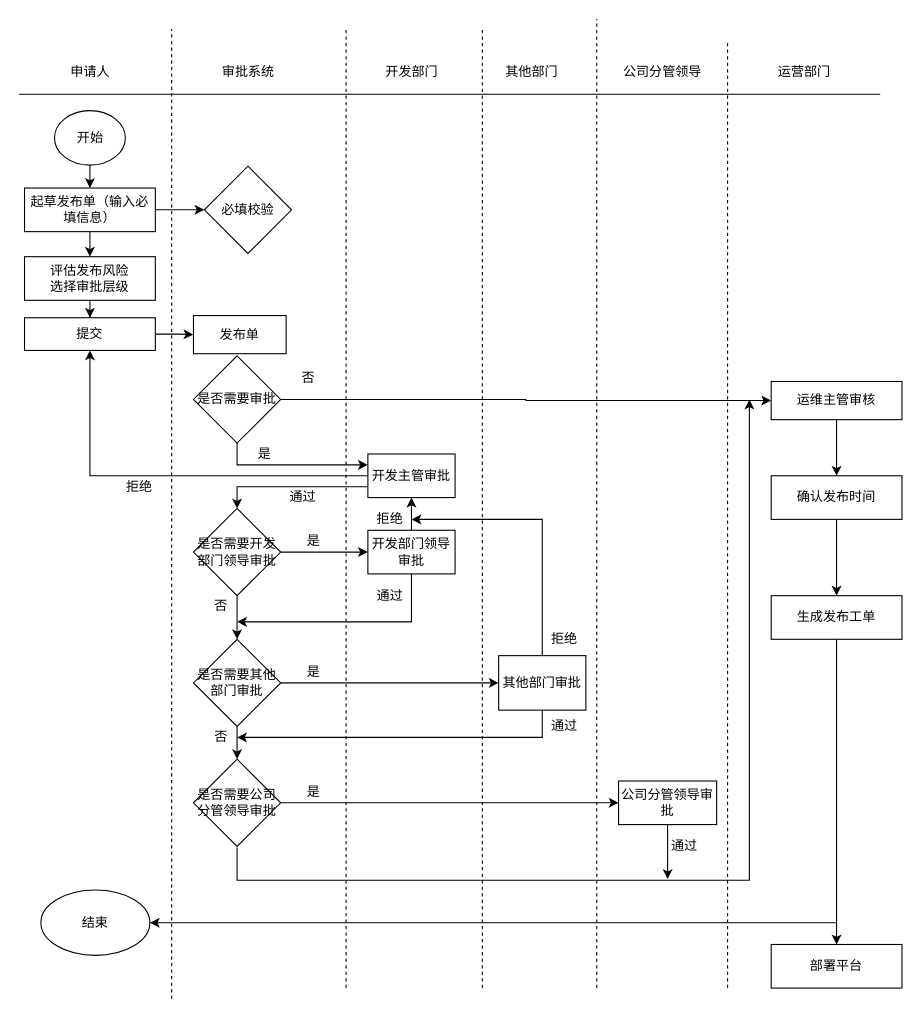
This is src/com/cupd/sharon/Untitled.drawio from sharonwq/sharon_test, a draw.io file, before an edit. Source tidied: cells renumbered, new cells numbered last; positions are measured from the earlier drawing's top-left corner, leaving out a move shared by most shapes. Both pictures are drawn from the tidied source at 109%, with x=0, y=0 at pixel (19, 19).
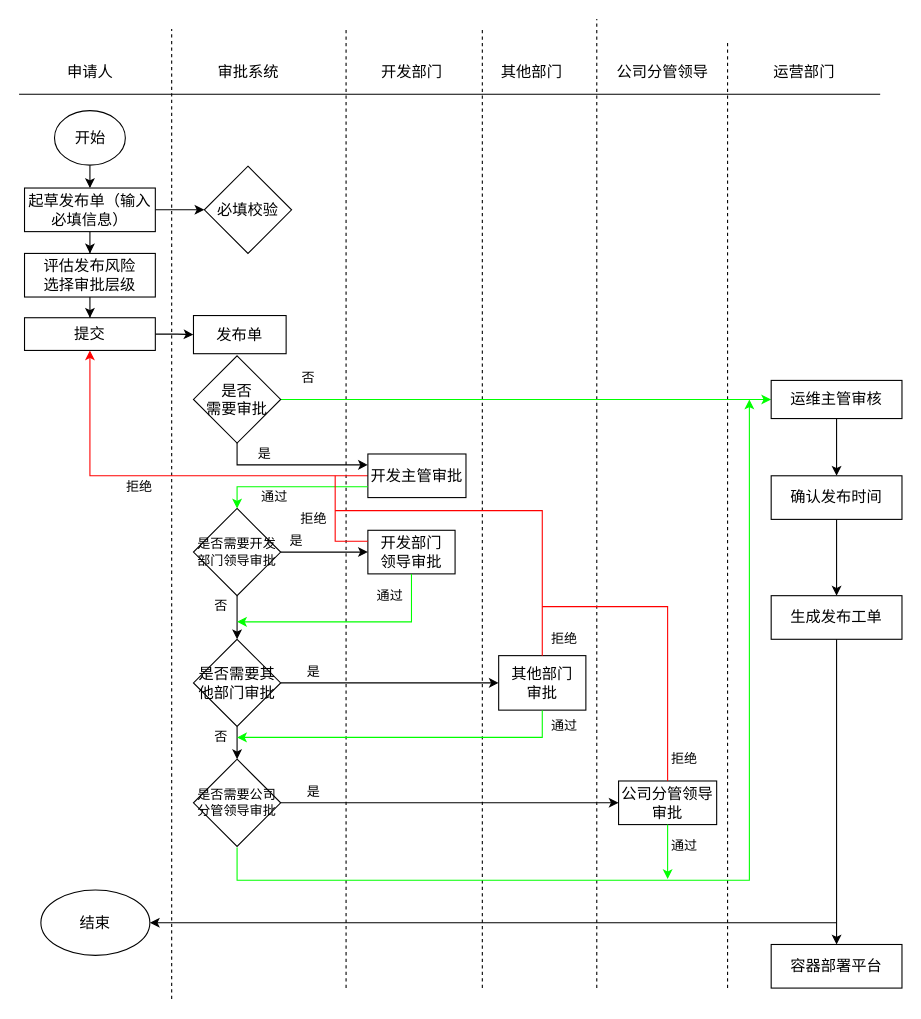
The same page after the edit.

Unchanged cells that the change refers to:
```xml
<mxCell id="30" value="是否需要开发部门领导审批" style="rhombus;whiteSpace=wrap;html=1;" parent="1" vertex="1">
  <mxGeometry x="160" y="449" width="80" height="80" as="geometry" />
</mxCell>
<mxCell id="53" value="否" style="text;html=1;align=center;verticalAlign=middle;points=[];strokeColor=none;fillColor=none;" parent="1" vertex="1">
  <mxGeometry x="170" y="649" width="30" height="20" as="geometry" />
</mxCell>
```

The edit, as a diff of the source:
```diff
@@
-    <mxCell id="8" value="申请人" style="text;html=1;align=center;verticalAlign=middle;strokeColor=none;fillColor=none;" parent="1" vertex="1">
-      <mxGeometry x="40" y="39" width="50" height="20" as="geometry" />
+    <mxCell id="8" value="&lt;font style=&quot;font-size: 14px&quot;&gt;申请人&lt;/font&gt;" style="text;html=1;align=center;verticalAlign=middle;strokeColor=none;fillColor=none;" parent="1" vertex="1">
+      <mxGeometry x="35" y="39" width="60" height="20" as="geometry" />
     </mxCell>
-    <mxCell id="9" value="审批系统" style="text;html=1;align=center;verticalAlign=middle;strokeColor=none;fillColor=none;" parent="1" vertex="1">
-      <mxGeometry x="180" y="39" width="60" height="20" as="geometry" />
+    <mxCell id="9" value="&lt;font style=&quot;font-size: 14px&quot;&gt;审批系统&lt;/font&gt;" style="text;html=1;align=center;verticalAlign=middle;strokeColor=none;fillColor=none;" parent="1" vertex="1">
+      <mxGeometry x="175" y="39" width="70" height="20" as="geometry" />
     </mxCell>
-    <mxCell id="10" value="开发部门" style="text;html=1;align=center;verticalAlign=middle;strokeColor=none;fillColor=none;" parent="1" vertex="1">
-      <mxGeometry x="330" y="39" width="60" height="20" as="geometry" />
+    <mxCell id="10" value="&lt;font style=&quot;font-size: 14px&quot;&gt;开发部门&lt;/font&gt;" style="text;html=1;align=center;verticalAlign=middle;strokeColor=none;fillColor=none;" parent="1" vertex="1">
+      <mxGeometry x="325" y="39" width="70" height="20" as="geometry" />
     </mxCell>
-    <mxCell id="11" value="其他部门" style="text;html=1;align=center;verticalAlign=middle;strokeColor=none;fillColor=none;" parent="1" vertex="1">
-      <mxGeometry x="440" y="39" width="60" height="20" as="geometry" />
+    <mxCell id="11" value="&lt;font style=&quot;font-size: 14px&quot;&gt;其他部门&lt;/font&gt;" style="text;html=1;align=center;verticalAlign=middle;strokeColor=none;fillColor=none;" parent="1" vertex="1">
+      <mxGeometry x="435" y="39" width="70" height="20" as="geometry" />
     </mxCell>
-    <mxCell id="12" value="公司分管领导" style="text;html=1;align=center;verticalAlign=middle;strokeColor=none;fillColor=none;" parent="1" vertex="1">
-      <mxGeometry x="545" y="39" width="90" height="20" as="geometry" />
+    <mxCell id="12" value="&lt;font style=&quot;font-size: 14px&quot;&gt;公司分管领导&lt;/font&gt;" style="text;html=1;align=center;verticalAlign=middle;strokeColor=none;fillColor=none;" parent="1" vertex="1">
+      <mxGeometry x="540" y="39" width="100" height="20" as="geometry" />
     </mxCell>
-    <mxCell id="13" value="运营部门" style="text;html=1;align=center;verticalAlign=middle;strokeColor=none;fillColor=none;" parent="1" vertex="1">
-      <mxGeometry x="690" y="39" width="60" height="20" as="geometry" />
+    <mxCell id="13" value="&lt;font style=&quot;font-size: 14px&quot;&gt;运营部门&lt;/font&gt;" style="text;html=1;align=center;verticalAlign=middle;strokeColor=none;fillColor=none;" parent="1" vertex="1">
+      <mxGeometry x="685" y="39" width="70" height="20" as="geometry" />
     </mxCell>
@@
-    <mxCell id="15" value="开始" style="ellipse;whiteSpace=wrap;html=1;" parent="1" vertex="1">
+    <mxCell id="15" value="&lt;font style=&quot;font-size: 14px&quot;&gt;开始&lt;/font&gt;" style="ellipse;whiteSpace=wrap;html=1;" parent="1" vertex="1">
       <mxGeometry x="32.5" y="84" width="65" height="50" as="geometry" />
     </mxCell>
@@
-    <mxCell id="18" value="起草发布单（输入必填信息）" style="whiteSpace=wrap;html=1;" parent="1" vertex="1">
+    <mxCell id="18" value="&lt;font style=&quot;font-size: 14px&quot;&gt;起草发布单（输入必填信息）&lt;/font&gt;" style="whiteSpace=wrap;html=1;" parent="1" vertex="1">
       <mxGeometry x="5" y="155" width="120" height="40" as="geometry" />
     </mxCell>
-    <mxCell id="19" value="必填校验" style="rhombus;whiteSpace=wrap;html=1;" parent="1" vertex="1">
+    <mxCell id="19" value="&lt;font style=&quot;font-size: 14px&quot;&gt;必填校验&lt;/font&gt;" style="rhombus;whiteSpace=wrap;html=1;" parent="1" vertex="1">
       <mxGeometry x="170" y="135" width="80" height="80" as="geometry" />
     </mxCell>
@@
-    <mxCell id="21" value="&lt;div&gt;评估发布风险&lt;/div&gt;&lt;div&gt;选择审批层级&lt;/div&gt;" style="whiteSpace=wrap;html=1;" parent="1" vertex="1">
-      <mxGeometry x="5" y="218" width="120" height="40" as="geometry" />
+    <mxCell id="21" value="&lt;div&gt;&lt;font style=&quot;font-size: 14px&quot;&gt;评估发布风险&lt;/font&gt;&lt;/div&gt;&lt;div&gt;&lt;font style=&quot;font-size: 14px&quot;&gt;选择审批层级&lt;/font&gt;&lt;/div&gt;" style="whiteSpace=wrap;html=1;" parent="1" vertex="1">
+      <mxGeometry x="5" y="215" width="120" height="40" as="geometry" />
     </mxCell>
@@
-    <mxCell id="23" value="提交" style="whiteSpace=wrap;html=1;" parent="1" vertex="1">
+    <mxCell id="23" value="&lt;font style=&quot;font-size: 14px&quot;&gt;提交&lt;/font&gt;" style="whiteSpace=wrap;html=1;" parent="1" vertex="1">
       <mxGeometry x="5" y="274" width="120" height="30" as="geometry" />
     </mxCell>
-    <mxCell id="24" style="edgeStyle=orthogonalEdgeStyle;rounded=0;jettySize=auto;html=1;" parent="1" edge="1" source="25" target="27">
+    <mxCell id="24" style="edgeStyle=orthogonalEdgeStyle;rounded=0;jettySize=auto;html=1;strokeColor=#00FF00;" parent="1" edge="1" source="25" target="27">
       <mxGeometry relative="1" as="geometry" />
     </mxCell>
-    <mxCell id="25" value="是否需要审批" style="rhombus;whiteSpace=wrap;html=1;" parent="1" vertex="1">
+    <mxCell id="25" value="&lt;div&gt;&lt;font style=&quot;font-size: 14px&quot;&gt;是否&lt;/font&gt;&lt;/div&gt;&lt;div&gt;&lt;font style=&quot;font-size: 14px&quot;&gt;需要审批&lt;/font&gt;&lt;/div&gt;" style="rhombus;whiteSpace=wrap;html=1;" parent="1" vertex="1">
       <mxGeometry x="160" y="309" width="80" height="80" as="geometry" />
     </mxCell>
@@
-    <mxCell id="27" value="运维主管审核" style="whiteSpace=wrap;html=1;" parent="1" vertex="1">
-      <mxGeometry x="690" y="332.5" width="120" height="35" as="geometry" />
+    <mxCell id="27" value="&lt;font style=&quot;font-size: 14px&quot;&gt;运维主管审核&lt;/font&gt;" style="whiteSpace=wrap;html=1;" parent="1" vertex="1">
+      <mxGeometry x="690" y="331.5" width="120" height="35" as="geometry" />
     </mxCell>
@@
-    <mxCell id="33" value="是否需要其他部门审批" style="rhombus;whiteSpace=wrap;html=1;" parent="1" vertex="1">
+    <mxCell id="33" value="&lt;font style=&quot;font-size: 14px&quot;&gt;是否需要其他部门审批&lt;/font&gt;" style="rhombus;whiteSpace=wrap;html=1;" parent="1" vertex="1">
       <mxGeometry x="160" y="569" width="80" height="80" as="geometry" />
     </mxCell>
@@
-    <mxCell id="36" style="edgeStyle=orthogonalEdgeStyle;rounded=0;jettySize=auto;html=1;entryX=0.5;entryY=1;entryDx=0;entryDy=0;" parent="1" edge="1" source="37" target="23">
+    <mxCell id="36" style="edgeStyle=orthogonalEdgeStyle;rounded=0;jettySize=auto;html=1;entryX=0.5;entryY=1;entryDx=0;entryDy=0;strokeColor=#FF0000;" parent="1" edge="1" source="37" target="23">
       <mxGeometry relative="1" as="geometry" />
     </mxCell>
-    <mxCell id="37" value="开发主管审批" style="rounded=0;whiteSpace=wrap;html=1;" parent="1" vertex="1">
-      <mxGeometry x="320" y="399" width="80" height="40" as="geometry" />
+    <mxCell id="37" value="&lt;font style=&quot;font-size: 14px&quot;&gt;开发主管审批&lt;/font&gt;" style="rounded=0;whiteSpace=wrap;html=1;" parent="1" vertex="1">
+      <mxGeometry x="320" y="399" width="90" height="40" as="geometry" />
     </mxCell>
@@
-    <mxCell id="39" style="endArrow=classic;html=1;rounded=0;exitX=0;exitY=0.75;exitDx=0;exitDy=0;entryX=0.5;entryY=0;entryDx=0;entryDy=0;" parent="1" edge="1" source="37" target="30">
+    <mxCell id="39" style="endArrow=classic;html=1;rounded=0;exitX=0;exitY=0.75;exitDx=0;exitDy=0;entryX=0.5;entryY=0;entryDx=0;entryDy=0;strokeColor=#00FF00;" parent="1" edge="1" source="37" target="30">
       <mxGeometry relative="1" as="geometry">
         <Array as="points">
           <mxPoint x="200" y="429" />
         </Array>
       </mxGeometry>
     </mxCell>
@@
     <mxCell id="42" value="通过" style="text;html=1;align=center;verticalAlign=middle;strokeColor=none;fillColor=none;" parent="1" vertex="1">
-      <mxGeometry x="240" y="429" width="40" height="20" as="geometry" />
+      <mxGeometry x="214" y="429" width="40" height="20" as="geometry" />
     </mxCell>
@@
-    <mxCell id="44" style="edgeStyle=orthogonalEdgeStyle;rounded=0;jettySize=auto;html=1;" parent="1" edge="1" source="45" target="37">
-      <mxGeometry relative="1" as="geometry" />
-    </mxCell>
-    <mxCell id="45" value="开发部门领导审批" style="whiteSpace=wrap;html=1;" parent="1" vertex="1">
+    <mxCell id="45" value="&lt;div&gt;&lt;font style=&quot;font-size: 14px&quot;&gt;开发部门&lt;/font&gt;&lt;/div&gt;&lt;div&gt;&lt;font style=&quot;font-size: 14px&quot;&gt;领导审批&lt;/font&gt;&lt;/div&gt;" style="whiteSpace=wrap;html=1;" parent="1" vertex="1">
       <mxGeometry x="320" y="469" width="80" height="40" as="geometry" />
     </mxCell>
     <mxCell id="46" value="是" style="text;html=1;align=center;verticalAlign=middle;strokeColor=none;fillColor=none;" parent="1" vertex="1">
-      <mxGeometry x="255" y="469" width="30" height="20" as="geometry" />
+      <mxGeometry x="239" y="469" width="30" height="20" as="geometry" />
     </mxCell>
@@
-    <mxCell id="48" style="endArrow=classic;html=1;rounded=0;exitX=0.5;exitY=1;exitDx=0;exitDy=0;" parent="1" edge="1" source="45">
+    <mxCell id="48" style="endArrow=classic;html=1;rounded=0;exitX=0.5;exitY=1;exitDx=0;exitDy=0;strokeColor=#00FF00;" parent="1" edge="1" source="45">
       <mxGeometry relative="1" as="geometry">
         <mxPoint x="200" y="553" as="targetPoint" />
         <Array as="points">
           <mxPoint x="360" y="553" />
         </Array>
       </mxGeometry>
     </mxCell>
@@
-    <mxCell id="50" value="拒绝" style="text;html=1;align=center;verticalAlign=middle;points=[];strokeColor=none;fillColor=none;" parent="1" vertex="1">
-      <mxGeometry x="320" y="449" width="40" height="20" as="geometry" />
-    </mxCell>
-    <mxCell id="51" value="其他部门审批" style="whiteSpace=wrap;html=1;" parent="1" vertex="1">
+    <mxCell id="51" value="&lt;div&gt;&lt;font style=&quot;font-size: 14px&quot;&gt;其他部门&lt;/font&gt;&lt;/div&gt;&lt;div&gt;&lt;font style=&quot;font-size: 14px&quot;&gt;审批&lt;/font&gt;&lt;/div&gt;" style="whiteSpace=wrap;html=1;" parent="1" vertex="1">
       <mxGeometry x="440" y="584" width="80" height="50" as="geometry" />
     </mxCell>
@@
-    <mxCell id="54" style="endArrow=classic;html=1;rounded=0;exitX=0.5;exitY=1;exitDx=0;exitDy=0;" parent="1" edge="1" source="51" target="53">
+    <mxCell id="54" style="endArrow=classic;html=1;rounded=0;exitX=0.5;exitY=1;exitDx=0;exitDy=0;strokeColor=#00FF00;" parent="1" edge="1" source="51" target="53">
       <mxGeometry relative="1" as="geometry">
         <Array as="points">
           <mxPoint x="480" y="659" />
         </Array>
       </mxGeometry>
     </mxCell>
@@
-    <mxCell id="56" style="endArrow=classic;html=1;rounded=0;exitX=0.5;exitY=0;exitDx=0;exitDy=0;entryX=1;entryY=0.5;entryDx=0;entryDy=0;entryPerimeter=0;" parent="1" edge="1" source="51" target="50">
-      <mxGeometry relative="1" as="geometry">
-        <Array as="points">
-          <mxPoint x="480" y="459" />
-        </Array>
-      </mxGeometry>
-    </mxCell>
@@
-    <mxCell id="58" value="公司分管领导审批" style="whiteSpace=wrap;html=1;" parent="1" vertex="1">
+    <mxCell id="58" value="&lt;font style=&quot;font-size: 14px&quot;&gt;公司分管领导审批&lt;/font&gt;" style="whiteSpace=wrap;html=1;" parent="1" vertex="1">
       <mxGeometry x="550" y="699" width="90" height="40" as="geometry" />
     </mxCell>
@@
-    <mxCell id="60" style="endArrow=classic;html=1;rounded=0;exitX=0.5;exitY=1;exitDx=0;exitDy=0;" parent="1" edge="1">
+    <mxCell id="60" style="endArrow=classic;html=1;rounded=0;exitX=0.5;exitY=1;exitDx=0;exitDy=0;strokeColor=#00FF00;" parent="1" edge="1">
       <mxGeometry relative="1" as="geometry">
         <mxPoint x="200" y="760" as="sourcePoint" />
         <mxPoint x="670" y="349" as="targetPoint" />
         <Array as="points">
           <mxPoint x="200" y="790" />
           <mxPoint x="670" y="790" />
         </Array>
       </mxGeometry>
     </mxCell>
-    <mxCell id="61" style="endArrow=classic;html=1;rounded=0;exitX=0.5;exitY=1;exitDx=0;exitDy=0;" parent="1" edge="1" source="58">
+    <mxCell id="61" style="endArrow=classic;html=1;rounded=0;exitX=0.5;exitY=1;exitDx=0;exitDy=0;strokeColor=#00FF00;" parent="1" edge="1" source="58">
       <mxGeometry relative="1" as="geometry">
         <mxPoint x="595" y="789" as="targetPoint" />
       </mxGeometry>
     </mxCell>
@@
-    <mxCell id="64" value="确认发布时间" style="whiteSpace=wrap;html=1;" parent="1" vertex="1">
+    <mxCell id="64" value="&lt;font style=&quot;font-size: 14px&quot;&gt;确认发布时间&lt;/font&gt;" style="whiteSpace=wrap;html=1;" parent="1" vertex="1">
       <mxGeometry x="690" y="419" width="120" height="40" as="geometry" />
     </mxCell>
-    <mxCell id="65" value="结束" style="ellipse;whiteSpace=wrap;html=1;" parent="1" vertex="1">
+    <mxCell id="65" value="&lt;font style=&quot;font-size: 14px&quot;&gt;结束&lt;/font&gt;" style="ellipse;whiteSpace=wrap;html=1;" parent="1" vertex="1">
       <mxGeometry x="20" y="799" width="100" height="60" as="geometry" />
     </mxCell>
@@
-    <mxCell id="67" value="生成发布工单" style="whiteSpace=wrap;html=1;" parent="1" vertex="1">
+    <mxCell id="67" value="&lt;font style=&quot;font-size: 14px&quot;&gt;生成发布工单&lt;/font&gt;" style="whiteSpace=wrap;html=1;" parent="1" vertex="1">
       <mxGeometry x="690" y="529" width="120" height="40" as="geometry" />
     </mxCell>
-    <mxCell id="68" value="部署平台" style="whiteSpace=wrap;html=1;" parent="1" vertex="1">
+    <mxCell id="68" value="&lt;font style=&quot;font-size: 14px&quot;&gt;容器部署平台&lt;/font&gt;" style="whiteSpace=wrap;html=1;" parent="1" vertex="1">
       <mxGeometry x="690" y="849" width="120" height="40" as="geometry" />
     </mxCell>
@@
-    <mxCell id="70" value="发布单" style="rounded=0;whiteSpace=wrap;html=1;" parent="1" vertex="1">
+    <mxCell id="70" value="&lt;font style=&quot;font-size: 14px&quot;&gt;发布单&lt;/font&gt;" style="rounded=0;whiteSpace=wrap;html=1;" parent="1" vertex="1">
       <mxGeometry x="160" y="272" width="85" height="35" as="geometry" />
     </mxCell>
+    <mxCell id="71" style="endArrow=none;html=1;rounded=0;exitX=0;exitY=0.25;exitDx=0;exitDy=0;strokeColor=#FF0000;" parent="1" edge="1" source="45">
+      <mxGeometry relative="1" as="geometry">
+        <mxPoint x="290" y="419" as="targetPoint" />
+        <Array as="points">
+          <mxPoint x="290" y="479" />
+        </Array>
+      </mxGeometry>
+    </mxCell>
+    <mxCell id="72" style="endArrow=none;html=1;rounded=0;exitX=0.5;exitY=0;exitDx=0;exitDy=0;strokeColor=#FF0000;" parent="1" edge="1" source="51">
+      <mxGeometry relative="1" as="geometry">
+        <mxPoint x="290" y="451" as="targetPoint" />
+        <Array as="points">
+          <mxPoint x="480" y="451" />
+        </Array>
+      </mxGeometry>
+    </mxCell>
+    <mxCell id="73" value="拒绝" style="text;html=1;align=center;verticalAlign=middle;strokeColor=none;fillColor=none;" parent="1" vertex="1">
+      <mxGeometry x="250" y="449" width="40" height="20" as="geometry" />
+    </mxCell>
+    <mxCell id="74" style="endArrow=none;html=1;rounded=0;exitX=0.5;exitY=0;exitDx=0;exitDy=0;strokeColor=#FF0000;" parent="1" edge="1" source="58">
+      <mxGeometry relative="1" as="geometry">
+        <mxPoint x="480" y="539" as="targetPoint" />
+        <Array as="points">
+          <mxPoint x="595" y="539" />
+        </Array>
+      </mxGeometry>
+    </mxCell>
+    <mxCell id="75" value="拒绝" style="text;html=1;align=center;verticalAlign=middle;strokeColor=none;fillColor=none;" parent="1" vertex="1">
+      <mxGeometry x="590" y="669" width="40" height="20" as="geometry" />
+    </mxCell>
```
